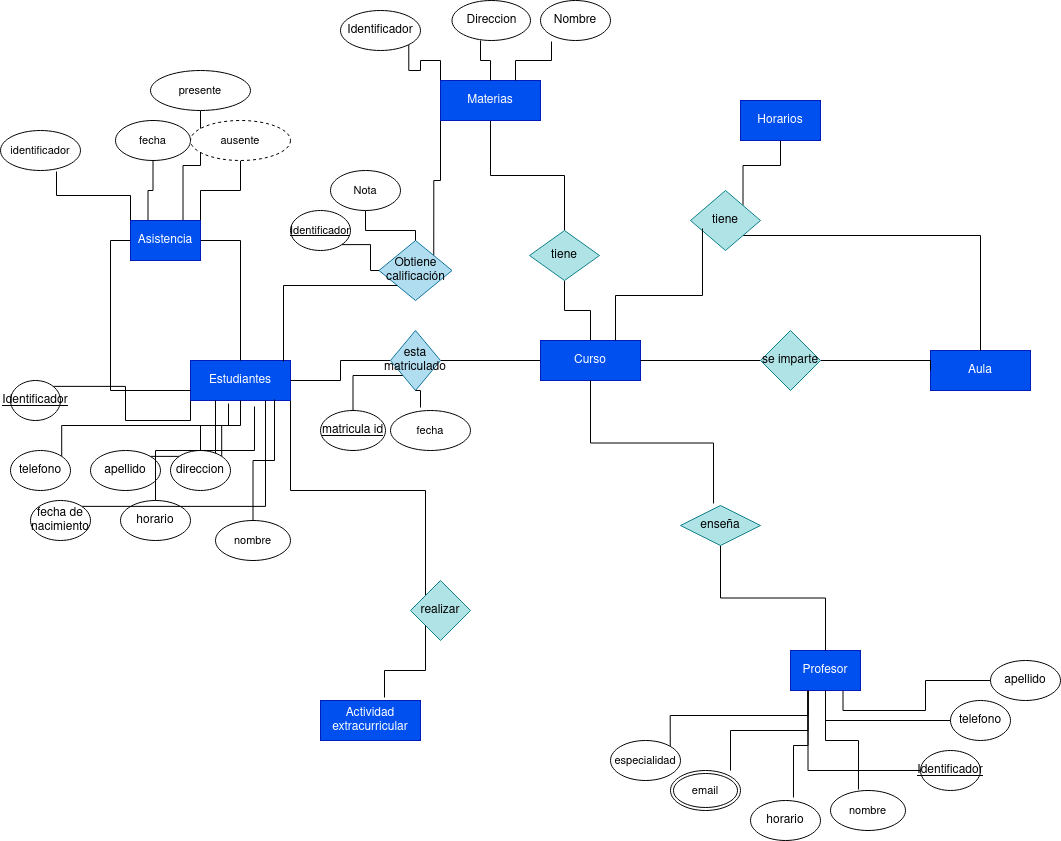
This is Unidad-1/Tareas/Tareas entregables - Tarea 1/Tarea entregable - 1.drawio.png from CRhernandez1/base-datos, a draw.io export, as it was before one commit. Source tidied: cells renumbered, new cells last; positions are measured from the earlier drawing's top-left corner, leaving out a move shared by most shapes.
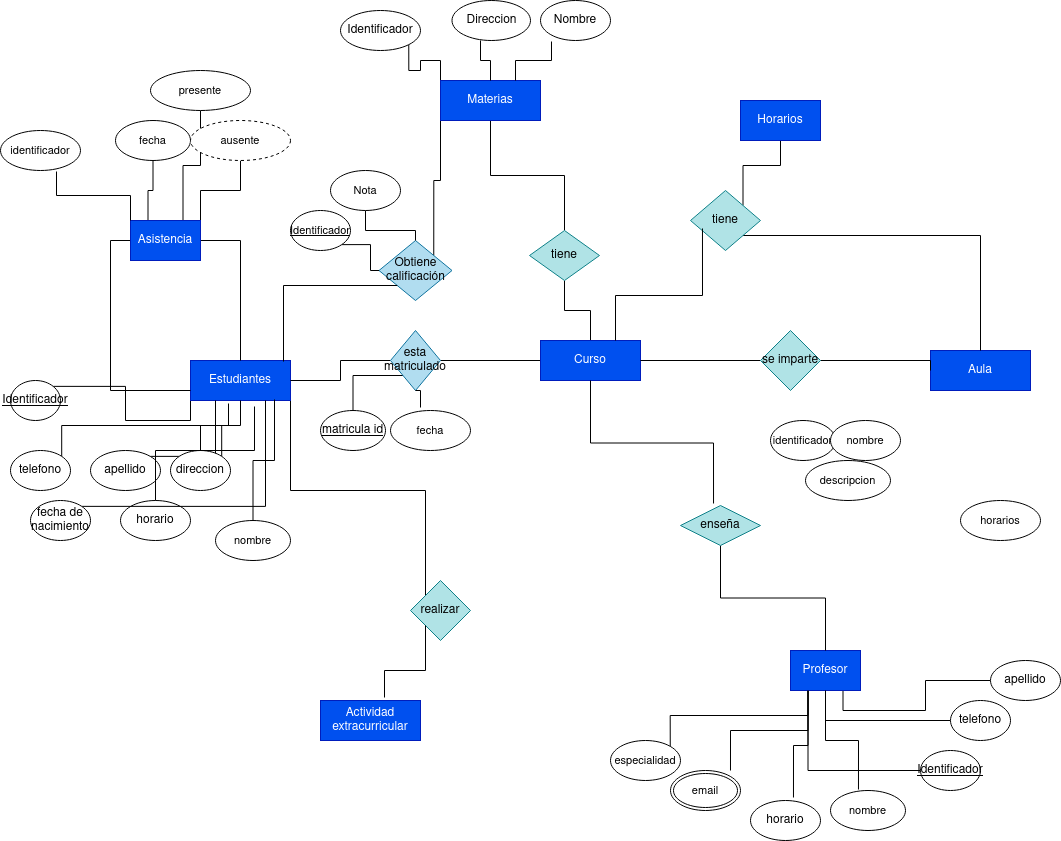
After the change.

Change to the diagram source:
```diff
@@ -260,5 +260,17 @@
     <mxCell id="84" value="ausente" style="ellipse;whiteSpace=wrap;html=1;align=center;dashed=1;fontFamily=Helvetica;fontSize=11;fontColor=default;" parent="1" vertex="1">
       <mxGeometry x="190" y="120" width="100" height="40" as="geometry" />
     </mxCell>
+    <mxCell id="85" value="horarios" style="ellipse;whiteSpace=wrap;html=1;align=center;fontFamily=Helvetica;fontSize=11;fontColor=default;" parent="1" vertex="1">
+      <mxGeometry x="960" y="500" width="80" height="40" as="geometry" />
+    </mxCell>
+    <mxCell id="86" value="descripcion" style="ellipse;whiteSpace=wrap;html=1;align=center;fontFamily=Helvetica;fontSize=11;fontColor=default;" parent="1" vertex="1">
+      <mxGeometry x="805" y="460" width="85" height="40" as="geometry" />
+    </mxCell>
+    <mxCell id="87" value="identificador" style="ellipse;whiteSpace=wrap;html=1;align=center;fontFamily=Helvetica;fontSize=11;fontColor=default;" parent="1" vertex="1">
+      <mxGeometry x="770" y="420" width="65" height="40" as="geometry" />
+    </mxCell>
+    <mxCell id="88" value="nombre" style="ellipse;whiteSpace=wrap;html=1;align=center;fontFamily=Helvetica;fontSize=11;fontColor=default;" parent="1" vertex="1">
+      <mxGeometry x="830" y="420" width="70" height="40" as="geometry" />
+    </mxCell>
   </root>
 </mxGraphModel>
```
